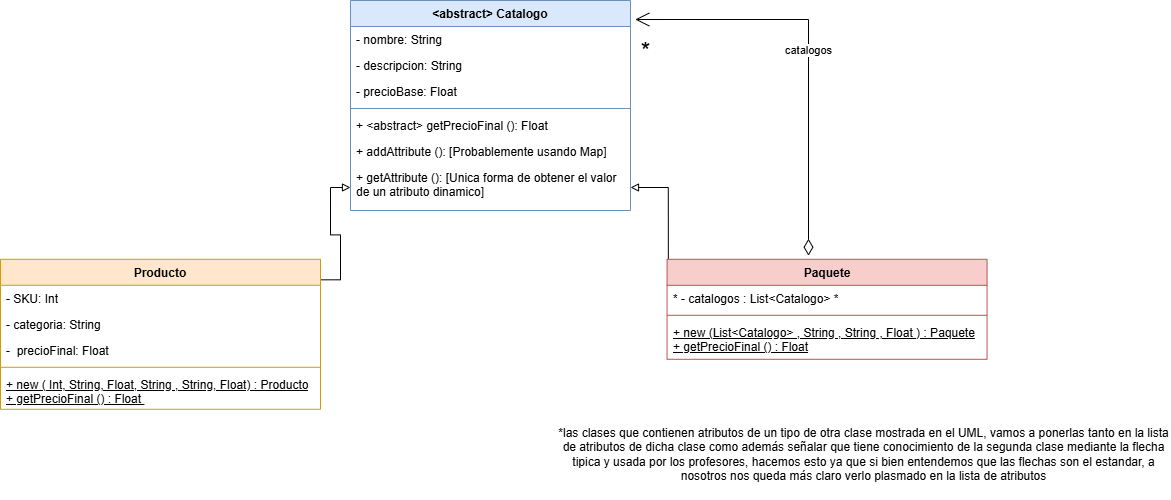
The draw.io diagram src/Catalogo/UML.png in saenzlucas/UNQShop, before a commit. Source tidied: cells renumbered, new cells last; positions are measured from the earlier drawing's top-left corner, leaving out a move shared by most shapes.
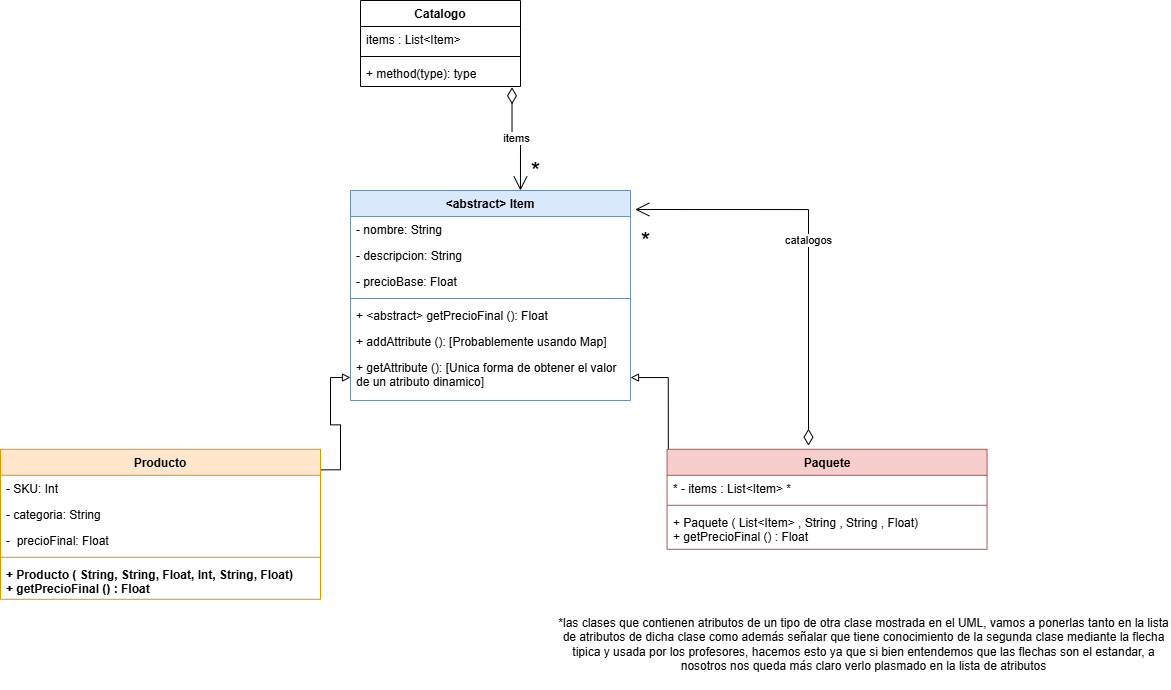
After the change.

Commit message:
Se crea la clase catalogo que contiene una lista de items, un item puede ser un producto o un paquete

What changed in the source:
```diff
@@ -20,31 +20,31 @@
     <mxCell id="7" style="line;strokeWidth=1;fillColor=none;align=left;verticalAlign=middle;spacingTop=-1;spacingLeft=3;spacingRight=3;labelPosition=right;strokeColor=inherit;" parent="3" vertex="1">
       <mxGeometry y="104" width="320" height="8" as="geometry" />
     </mxCell>
-    <mxCell id="8" value="+ new ( Int, String, Float, String , String, Float) : Producto&lt;div&gt;+ getPrecioFinal () : Float&amp;nbsp;&lt;/div&gt;" style="text;strokeColor=none;fillColor=none;align=left;verticalAlign=top;spacingLeft=4;spacingRight=4;overflow=hidden;whiteSpace=wrap;html=1;fontStyle=4;" parent="3" vertex="1">
-      <mxGeometry y="112" width="320" height="38" as="geometry" />
-    </mxCell>
-    <mxCell id="9" value="&amp;lt;&lt;span style=&quot;background-color: transparent; color: light-dark(rgb(0, 0, 0), rgb(255, 255, 255));&quot;&gt;abstract&amp;gt; Catalogo&lt;/span&gt;" style="swimlane;fontStyle=1;align=center;verticalAlign=top;horizontal=1;startSize=26;whiteSpace=wrap;html=1;fillColor=#dae8fc;strokeColor=#6c8ebf;" parent="1" vertex="1">
-      <mxGeometry x="350" width="280" height="210" as="geometry" />
-    </mxCell>
+    <mxCell id="25" value="&lt;b&gt;+ Producto ( String, String, Float, Int, String, Float)&lt;/b&gt;&lt;div&gt;&lt;b&gt;+ getPrecioFinal () : Float&amp;nbsp;&lt;/b&gt;&lt;/div&gt;" style="text;strokeColor=none;fillColor=none;align=left;verticalAlign=top;spacingLeft=4;spacingRight=4;overflow=hidden;whiteSpace=wrap;html=1;fontStyle=0;fontFamily=Helvetica;fontSize=12;fontColor=default;" parent="3" vertex="1">
+      <mxGeometry y="112" width="320" height="38" as="geometry" />
+    </mxCell>
+    <mxCell id="26" value="&amp;lt;&lt;span style=&quot;background-color: transparent; color: light-dark(rgb(0, 0, 0), rgb(255, 255, 255));&quot;&gt;abstract&amp;gt; Item&lt;/span&gt;" style="swimlane;fontStyle=1;align=center;verticalAlign=top;horizontal=1;startSize=26;whiteSpace=wrap;html=1;fillColor=#dae8fc;strokeColor=#6c8ebf;" parent="1" vertex="1">
+      <mxGeometry x="350" width="280" height="210" as="geometry" />
+    </mxCell>
-    <mxCell id="10" value="- nombre: String" style="text;strokeColor=none;fillColor=none;align=left;verticalAlign=top;spacingLeft=4;spacingRight=4;overflow=hidden;points=[[0,0.5],[1,0.5]];portConstraint=eastwest;whiteSpace=wrap;html=1;" parent="9" vertex="1">
+    <mxCell id="10" value="- nombre: String" style="text;strokeColor=none;fillColor=none;align=left;verticalAlign=top;spacingLeft=4;spacingRight=4;overflow=hidden;points=[[0,0.5],[1,0.5]];portConstraint=eastwest;whiteSpace=wrap;html=1;" parent="26" vertex="1">
       <mxGeometry y="26" width="280" height="26" as="geometry" />
     </mxCell>
-    <mxCell id="11" value="- descripcion: String" style="text;strokeColor=none;fillColor=none;align=left;verticalAlign=top;spacingLeft=4;spacingRight=4;overflow=hidden;whiteSpace=wrap;html=1;" parent="9" vertex="1">
+    <mxCell id="11" value="- descripcion: String" style="text;strokeColor=none;fillColor=none;align=left;verticalAlign=top;spacingLeft=4;spacingRight=4;overflow=hidden;whiteSpace=wrap;html=1;" parent="26" vertex="1">
       <mxGeometry y="52" width="280" height="26" as="geometry" />
     </mxCell>
-    <mxCell id="12" value="- precioBase: Float" style="text;strokeColor=none;fillColor=none;align=left;verticalAlign=top;spacingLeft=4;spacingRight=4;overflow=hidden;whiteSpace=wrap;html=1;" parent="9" vertex="1">
+    <mxCell id="12" value="- precioBase: Float" style="text;strokeColor=none;fillColor=none;align=left;verticalAlign=top;spacingLeft=4;spacingRight=4;overflow=hidden;whiteSpace=wrap;html=1;" parent="26" vertex="1">
       <mxGeometry y="78" width="280" height="26" as="geometry" />
     </mxCell>
-    <mxCell id="13" style="line;strokeWidth=1;fillColor=none;align=left;verticalAlign=middle;spacingTop=-1;spacingLeft=3;spacingRight=3;labelPosition=right;strokeColor=inherit;" parent="9" vertex="1">
+    <mxCell id="13" style="line;strokeWidth=1;fillColor=none;align=left;verticalAlign=middle;spacingTop=-1;spacingLeft=3;spacingRight=3;labelPosition=right;strokeColor=inherit;" parent="26" vertex="1">
       <mxGeometry y="104" width="280" height="8" as="geometry" />
     </mxCell>
-    <mxCell id="14" value="+ &amp;lt;abstract&amp;gt; getPrecioFinal (): Float&lt;div&gt;&lt;br&gt;&lt;/div&gt;" style="text;strokeColor=none;fillColor=none;align=left;verticalAlign=top;spacingLeft=4;spacingRight=4;overflow=hidden;whiteSpace=wrap;html=1;" parent="9" vertex="1">
+    <mxCell id="14" value="+ &amp;lt;abstract&amp;gt; getPrecioFinal (): Float&lt;div&gt;&lt;br&gt;&lt;/div&gt;" style="text;strokeColor=none;fillColor=none;align=left;verticalAlign=top;spacingLeft=4;spacingRight=4;overflow=hidden;whiteSpace=wrap;html=1;" parent="26" vertex="1">
       <mxGeometry y="112" width="280" height="26" as="geometry" />
     </mxCell>
-    <mxCell id="15" value="&lt;div&gt;+ addAttribute (): [Probablemente usando Map]&lt;/div&gt;" style="text;strokeColor=none;fillColor=none;align=left;verticalAlign=top;spacingLeft=4;spacingRight=4;overflow=hidden;whiteSpace=wrap;html=1;" parent="9" vertex="1">
+    <mxCell id="15" value="&lt;div&gt;+ addAttribute (): [Probablemente usando Map]&lt;/div&gt;" style="text;strokeColor=none;fillColor=none;align=left;verticalAlign=top;spacingLeft=4;spacingRight=4;overflow=hidden;whiteSpace=wrap;html=1;" parent="26" vertex="1">
       <mxGeometry y="138" width="280" height="26" as="geometry" />
     </mxCell>
-    <mxCell id="16" value="&lt;div&gt;+ getAttribute ():&amp;nbsp;&lt;span style=&quot;background-color: transparent; color: light-dark(rgb(0, 0, 0), rgb(255, 255, 255));&quot;&gt;[Unica forma de obtener el valor de un atributo dinamico]&lt;/span&gt;&lt;/div&gt;" style="text;strokeColor=none;fillColor=none;align=left;verticalAlign=top;spacingLeft=4;spacingRight=4;overflow=hidden;points=[[0,0.5],[1,0.5]];portConstraint=eastwest;whiteSpace=wrap;html=1;" parent="9" vertex="1">
+    <mxCell id="16" value="&lt;div&gt;+ getAttribute ():&amp;nbsp;&lt;span style=&quot;background-color: transparent; color: light-dark(rgb(0, 0, 0), rgb(255, 255, 255));&quot;&gt;[Unica forma de obtener el valor de un atributo dinamico]&lt;/span&gt;&lt;/div&gt;" style="text;strokeColor=none;fillColor=none;align=left;verticalAlign=top;spacingLeft=4;spacingRight=4;overflow=hidden;points=[[0,0.5],[1,0.5]];portConstraint=eastwest;whiteSpace=wrap;html=1;" parent="26" vertex="1">
       <mxGeometry y="164" width="280" height="46" as="geometry" />
     </mxCell>
     <mxCell id="17" style="edgeStyle=orthogonalEdgeStyle;rounded=0;jettySize=auto;html=1;endArrow=block;endFill=0;exitX=0.004;exitY=0.212;exitDx=0;exitDy=0;exitPerimeter=0;" parent="1" edge="1" source="18" target="16">
@@ -53,25 +53,45 @@
     <mxCell id="18" value="Paquete" style="swimlane;fontStyle=1;align=center;verticalAlign=top;horizontal=1;startSize=26;whiteSpace=wrap;html=1;fillColor=#f8cecc;strokeColor=#b85450;" parent="1" vertex="1">
       <mxGeometry x="666.6" y="258.8" width="320" height="100" as="geometry" />
     </mxCell>
-    <mxCell id="19" value="* - catalogos : List&amp;lt;Catalogo&amp;gt; *" style="text;strokeColor=none;fillColor=none;align=left;verticalAlign=top;spacingLeft=4;spacingRight=4;overflow=hidden;whiteSpace=wrap;html=1;" parent="18" vertex="1">
-      <mxGeometry y="26" width="320" height="26" as="geometry" />
-    </mxCell>
+    <mxCell id="27" value="* - items : List&amp;lt;Item&amp;gt; *" style="text;strokeColor=none;fillColor=none;align=left;verticalAlign=top;spacingLeft=4;spacingRight=4;overflow=hidden;whiteSpace=wrap;html=1;" parent="18" vertex="1">
+      <mxGeometry y="26" width="320" height="26" as="geometry" />
+    </mxCell>
     <mxCell id="20" style="line;strokeWidth=1;fillColor=none;align=left;verticalAlign=middle;spacingTop=-1;spacingLeft=3;spacingRight=3;labelPosition=right;strokeColor=inherit;" parent="18" vertex="1">
       <mxGeometry y="52" width="320" height="8" as="geometry" />
     </mxCell>
-    <mxCell id="21" value="+ new (List&amp;lt;Catalogo&amp;gt; , String , String , Float ) : Paquete&lt;div&gt;+ getPrecioFinal () : Float&lt;/div&gt;" style="text;strokeColor=none;fillColor=none;align=left;verticalAlign=top;spacingLeft=4;spacingRight=4;overflow=hidden;whiteSpace=wrap;html=1;fontStyle=4;" parent="18" vertex="1">
-      <mxGeometry y="60" width="320" height="40" as="geometry" />
-    </mxCell>
+    <mxCell id="28" value="+ Paquete ( List&amp;lt;Item&amp;gt; , String , String , Float)&amp;nbsp;&lt;div&gt;+ getPrecioFinal () : Float&lt;/div&gt;" style="text;strokeColor=none;fillColor=none;align=left;verticalAlign=top;spacingLeft=4;spacingRight=4;overflow=hidden;whiteSpace=wrap;html=1;fontStyle=0;fontFamily=Helvetica;fontSize=12;fontColor=default;" parent="18" vertex="1">
+      <mxGeometry y="60" width="320" height="40" as="geometry" />
+    </mxCell>
     <mxCell id="22" value="catalogos" style="endArrow=open;html=1;endSize=12;startArrow=diamondThin;startSize=14;startFill=0;edgeStyle=orthogonalEdgeStyle;rounded=0;exitX=0.442;exitY=-0.036;exitDx=0;exitDy=0;exitPerimeter=0;entryX=1.017;entryY=-0.269;entryDx=0;entryDy=0;entryPerimeter=0;" parent="1" edge="1" source="18" target="10">
       <mxGeometry relative="1" as="geometry" />
     </mxCell>
-    <mxCell id="23" value="&lt;font style=&quot;font-size: 24px;&quot;&gt;*&lt;/font&gt;" style="edgeLabel;html=1;align=right;verticalAlign=top;" parent="22" vertex="1">
-      <mxGeometry x="1" relative="1" as="geometry">
-        <mxPoint x="15" y="11" as="offset" />
-      </mxGeometry>
-    </mxCell>
+    <mxCell id="29" value="&lt;font style=&quot;font-size: 24px;&quot;&gt;*&lt;/font&gt;" style="edgeLabel;html=1;align=right;verticalAlign=top;" parent="22" vertex="1">
+      <mxGeometry x="1" relative="1" as="geometry">
+        <mxPoint x="15" y="11" as="offset" />
+      </mxGeometry>
+    </mxCell>
     <mxCell id="24" value="*las clases que contienen atributos de un tipo de otra clase mostrada en el UML, vamos a ponerlas tanto en la lista de atributos de dicha clase como además señalar que tiene conocimiento de la segunda clase mediante la flecha tipica y usada por los profesores, hacemos esto ya que si bien entendemos que las flechas son el estandar, a nosotros nos queda más claro verlo plasmado en la lista de atributos" style="text;html=1;whiteSpace=wrap;strokeColor=none;fillColor=none;align=center;verticalAlign=middle;rounded=0;" parent="1" vertex="1">
       <mxGeometry x="556.6" y="408.8" width="613.4" height="90" as="geometry" />
     </mxCell>
+    <mxCell id="30" value="Catalogo" style="swimlane;fontStyle=1;align=center;verticalAlign=top;horizontal=1;startSize=26;whiteSpace=wrap;html=1;" parent="1" vertex="1">
+      <mxGeometry x="360" y="-190" width="160" height="86" as="geometry" />
+    </mxCell>
+    <mxCell id="31" value="items : List&amp;lt;Item&amp;gt;" style="text;strokeColor=none;fillColor=none;align=left;verticalAlign=top;spacingLeft=4;spacingRight=4;overflow=hidden;whiteSpace=wrap;html=1;" parent="30" vertex="1">
+      <mxGeometry y="26" width="160" height="26" as="geometry" />
+    </mxCell>
+    <mxCell id="32" style="line;strokeWidth=1;fillColor=none;align=left;verticalAlign=middle;spacingTop=-1;spacingLeft=3;spacingRight=3;labelPosition=right;strokeColor=inherit;" parent="30" vertex="1">
+      <mxGeometry y="52" width="160" height="8" as="geometry" />
+    </mxCell>
+    <mxCell id="33" value="+ method(type): type" style="text;strokeColor=none;fillColor=none;align=left;verticalAlign=top;spacingLeft=4;spacingRight=4;overflow=hidden;points=[[0,0.5],[1,0.5]];portConstraint=eastwest;whiteSpace=wrap;html=1;" parent="30" vertex="1">
+      <mxGeometry y="60" width="160" height="26" as="geometry" />
+    </mxCell>
+    <mxCell id="34" value="items" style="endArrow=open;html=1;endSize=12;startArrow=diamondThin;startSize=14;startFill=0;edgeStyle=orthogonalEdgeStyle;rounded=0;exitX=0.947;exitY=1.03;exitDx=0;exitDy=0;exitPerimeter=0;entryX=0.607;entryY=0;entryDx=0;entryDy=0;entryPerimeter=0;" parent="1" edge="1" source="33" target="26">
+      <mxGeometry relative="1" as="geometry" />
+    </mxCell>
+    <mxCell id="35" value="&lt;font style=&quot;font-size: 24px;&quot;&gt;*&lt;/font&gt;" style="edgeLabel;html=1;align=right;verticalAlign=top;" parent="34" vertex="1">
+      <mxGeometry x="1" relative="1" as="geometry">
+        <mxPoint x="20" y="-40" as="offset" />
+      </mxGeometry>
+    </mxCell>
   </root>
 </mxGraphModel>
```
